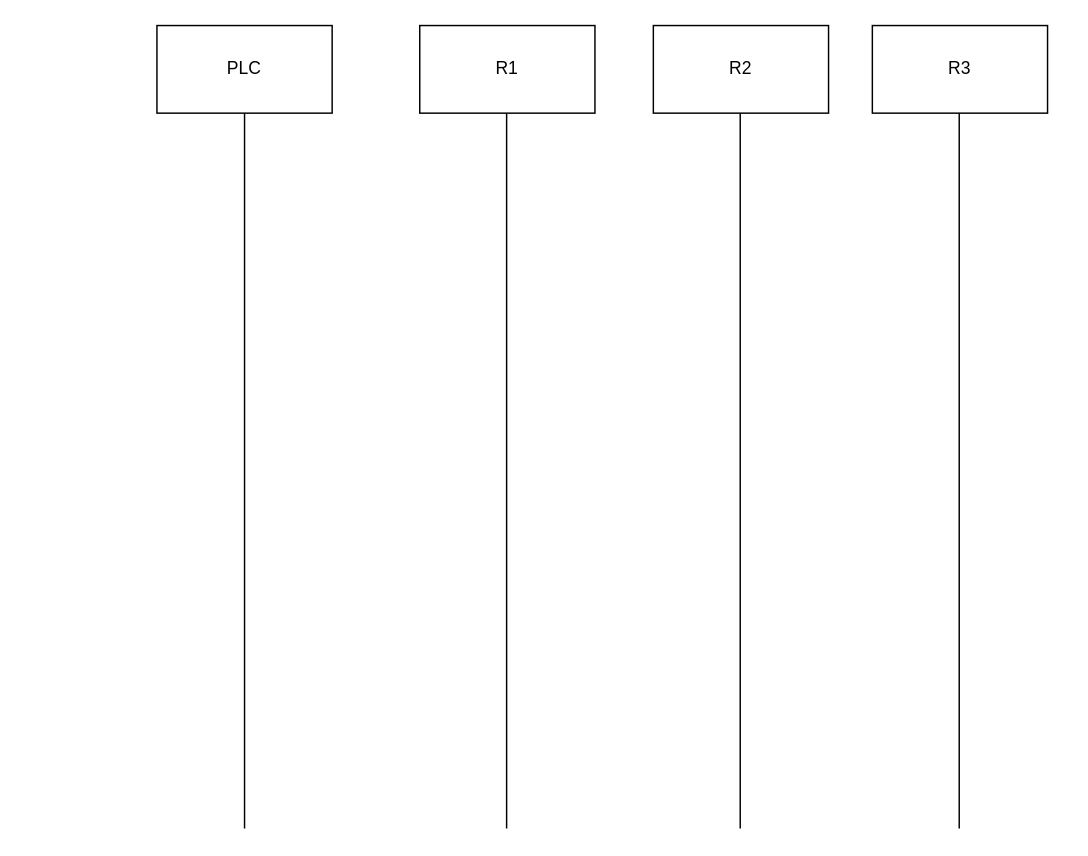
Above: page "SC" (1 of 2) of washing.drawio in megavad/Diagrams (draw.io), before the change. Source tidied: cells renumbered, new cells numbered last; positions are measured from the earlier drawing's top-left corner, leaving out a move shared by most shapes. Both pictures are drawn from the tidied source at 146%, with x=0, y=0 at pixel (156, 25).
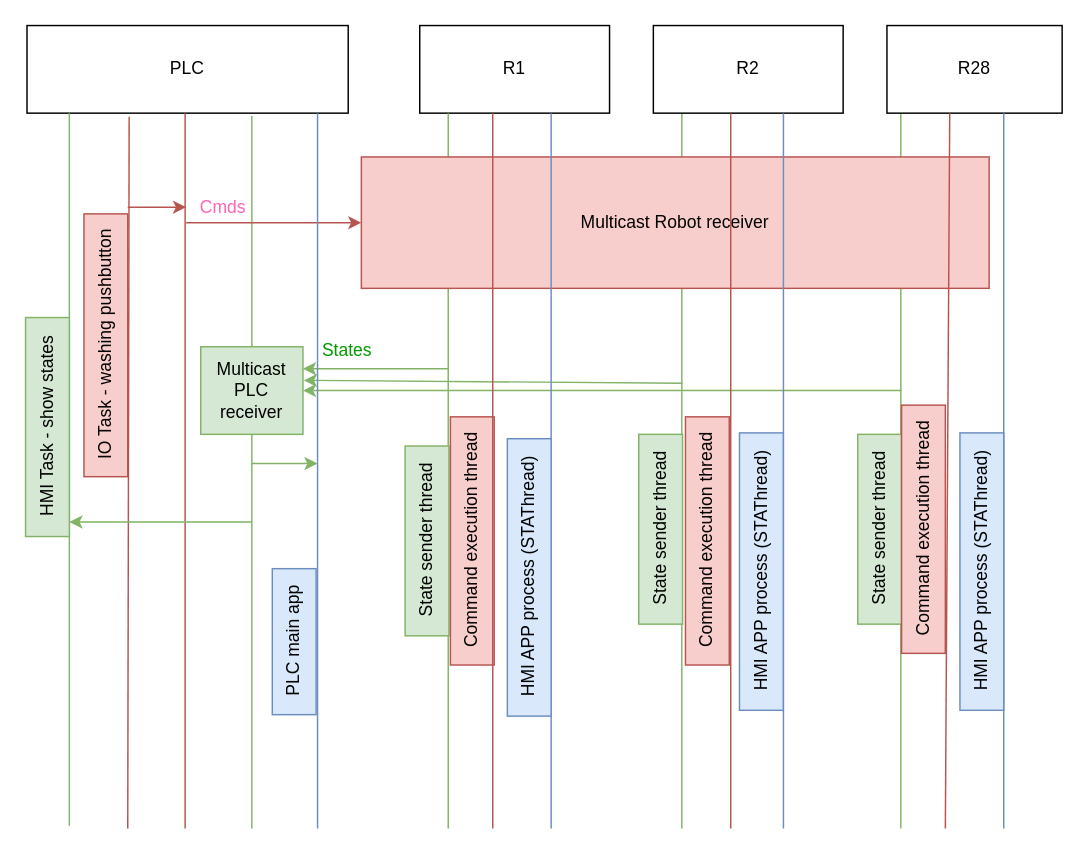
The same page after the edit.

Change to the diagram source:
```diff
@@
     <mxCell id="2" value="PLC" style="rounded=0;whiteSpace=wrap;html=1;" parent="1" vertex="1">
-      <mxGeometry width="120" height="60" as="geometry" />
+      <mxGeometry x="-89" width="220" height="60" as="geometry" />
     </mxCell>
     <mxCell id="3" value="R1" style="rounded=0;whiteSpace=wrap;html=1;" parent="1" vertex="1">
-      <mxGeometry x="180" width="120" height="60" as="geometry" />
+      <mxGeometry x="180" width="130" height="60" as="geometry" />
     </mxCell>
-    <mxCell id="4" value="R2" style="rounded=0;whiteSpace=wrap;html=1;" parent="1" vertex="1">
-      <mxGeometry x="340" width="120" height="60" as="geometry" />
-    </mxCell>
-    <mxCell id="5" value="R3" style="rounded=0;whiteSpace=wrap;html=1;" parent="1" vertex="1">
-      <mxGeometry x="490" width="120" height="60" as="geometry" />
-    </mxCell>
-    <mxCell id="6" style="endArrow=none;html=1;rounded=0;entryX=0.5;entryY=1;entryDx=0;entryDy=0;" parent="1" edge="1" target="2">
-      <mxGeometry relative="1" as="geometry">
-        <mxPoint x="60" y="550" as="sourcePoint" />
-      </mxGeometry>
+    <mxCell id="6" style="endArrow=none;html=1;rounded=0;entryX=0.7;entryY=1.033;entryDx=0;entryDy=0;entryPerimeter=0;fillColor=#d5e8d4;strokeColor=#82b366;" parent="1" edge="1" source="13" target="2">
+      <mxGeometry relative="1" as="geometry" />
     </mxCell>
-    <mxCell id="7" style="endArrow=none;html=1;rounded=0;entryX=0.5;entryY=1;entryDx=0;entryDy=0;" parent="1" edge="1">
+    <mxCell id="7" style="endArrow=none;html=1;rounded=0;entryX=0.5;entryY=1;entryDx=0;entryDy=0;fillColor=#d5e8d4;strokeColor=#82b366;" parent="1" edge="1">
       <mxGeometry relative="1" as="geometry">
-        <mxPoint x="239.5" y="550" as="sourcePoint" />
-        <mxPoint x="239.5" y="60" as="targetPoint" />
+        <mxPoint x="199.5" y="550" as="sourcePoint" />
+        <mxPoint x="199.5" y="60" as="targetPoint" />
       </mxGeometry>
     </mxCell>
-    <mxCell id="8" style="endArrow=none;html=1;rounded=0;entryX=0.5;entryY=1;entryDx=0;entryDy=0;" parent="1" edge="1">
+    <mxCell id="8" style="endArrow=none;html=1;rounded=0;entryX=0.5;entryY=1;entryDx=0;entryDy=0;fillColor=#d5e8d4;strokeColor=#82b366;" parent="1" edge="1">
       <mxGeometry relative="1" as="geometry">
-        <mxPoint x="399.5" y="550" as="sourcePoint" />
-        <mxPoint x="399.5" y="60" as="targetPoint" />
+        <mxPoint x="359.5" y="550" as="sourcePoint" />
+        <mxPoint x="359.5" y="60" as="targetPoint" />
       </mxGeometry>
     </mxCell>
-    <mxCell id="9" style="endArrow=none;html=1;rounded=0;entryX=0.5;entryY=1;entryDx=0;entryDy=0;" parent="1" edge="1">
+    <mxCell id="9" style="endArrow=none;html=1;rounded=0;entryX=0.5;entryY=1;entryDx=0;entryDy=0;fillColor=#d5e8d4;strokeColor=#82b366;" parent="1" edge="1">
       <mxGeometry relative="1" as="geometry">
-        <mxPoint x="549.5" y="550" as="sourcePoint" />
-        <mxPoint x="549.5" y="60" as="targetPoint" />
+        <mxPoint x="509.5" y="550" as="sourcePoint" />
+        <mxPoint x="509.5" y="60" as="targetPoint" />
       </mxGeometry>
     </mxCell>
+    <mxCell id="10" value="Multicast Robot receiver" style="rounded=0;whiteSpace=wrap;html=1;fillColor=#f8cecc;strokeColor=#b85450;" parent="1" vertex="1">
+      <mxGeometry x="140" y="90" width="430" height="90" as="geometry" />
+    </mxCell>
+    <mxCell id="11" style="endArrow=classic;html=1;rounded=0;entryX=0;entryY=0.5;entryDx=0;entryDy=0;fillColor=#f8cecc;strokeColor=#b85450;" parent="1" edge="1" target="10">
+      <mxGeometry relative="1" as="geometry">
+        <mxPoint x="20" y="135" as="sourcePoint" />
+      </mxGeometry>
+    </mxCell>
+    <mxCell id="12" style="endArrow=none;html=1;rounded=0;entryX=0.5;entryY=1;entryDx=0;entryDy=0;fillColor=#d5e8d4;strokeColor=#82b366;" parent="1" edge="1" target="13">
+      <mxGeometry relative="1" as="geometry">
+        <mxPoint x="65" y="550" as="sourcePoint" />
+      </mxGeometry>
+    </mxCell>
+    <mxCell id="13" value="Multicast PLC receiver" style="rounded=0;whiteSpace=wrap;html=1;fillColor=#d5e8d4;strokeColor=#82b366;" parent="1" vertex="1">
+      <mxGeometry x="30" y="220" width="70" height="60" as="geometry" />
+    </mxCell>
+    <mxCell id="14" style="endArrow=classic;html=1;rounded=0;entryX=1;entryY=0.25;entryDx=0;entryDy=0;fillColor=#d5e8d4;strokeColor=#82b366;" parent="1" edge="1" target="13">
+      <mxGeometry relative="1" as="geometry">
+        <mxPoint x="200" y="235" as="sourcePoint" />
+      </mxGeometry>
+    </mxCell>
+    <mxCell id="15" style="endArrow=classic;html=1;rounded=0;entryX=1.008;entryY=0.383;entryDx=0;entryDy=0;entryPerimeter=0;fillColor=#d5e8d4;strokeColor=#82b366;" parent="1" edge="1" target="13">
+      <mxGeometry relative="1" as="geometry">
+        <mxPoint x="360" y="245" as="sourcePoint" />
+      </mxGeometry>
+    </mxCell>
+    <mxCell id="16" style="endArrow=classic;html=1;rounded=0;entryX=1;entryY=0.5;entryDx=0;entryDy=0;fillColor=#d5e8d4;strokeColor=#82b366;" parent="1" edge="1" target="13">
+      <mxGeometry relative="1" as="geometry">
+        <mxPoint x="510" y="250" as="sourcePoint" />
+      </mxGeometry>
+    </mxCell>
+    <mxCell id="17" value="States" style="text;html=1;align=center;verticalAlign=middle;strokeColor=none;fillColor=none;fontColor=#009900;" parent="1" vertex="1">
+      <mxGeometry x="100" y="208" width="60" height="30" as="geometry" />
+    </mxCell>
+    <mxCell id="18" style="endArrow=none;html=1;rounded=0;entryX=0.5;entryY=1;entryDx=0;entryDy=0;fillColor=#f8cecc;strokeColor=#b85450;" parent="1" edge="1">
+      <mxGeometry relative="1" as="geometry">
+        <mxPoint x="19.3" y="550" as="sourcePoint" />
+        <mxPoint x="19.3" y="60" as="targetPoint" />
+      </mxGeometry>
+    </mxCell>
+    <mxCell id="19" value="Cmds" style="text;html=1;align=center;verticalAlign=middle;strokeColor=none;fillColor=none;fontColor=#FF66B3;" parent="1" vertex="1">
+      <mxGeometry x="20" y="110" width="50" height="30" as="geometry" />
+    </mxCell>
+    <mxCell id="20" style="endArrow=none;html=1;rounded=0;entryX=0.318;entryY=1.04;entryDx=0;entryDy=0;entryPerimeter=0;fillColor=#f8cecc;strokeColor=#b85450;" parent="1" edge="1" target="2">
+      <mxGeometry relative="1" as="geometry">
+        <mxPoint x="-20" y="550" as="sourcePoint" />
+      </mxGeometry>
+    </mxCell>
+    <mxCell id="21" style="endArrow=none;html=1;rounded=0;entryX=0.318;entryY=1.04;entryDx=0;entryDy=0;entryPerimeter=0;fillColor=#d5e8d4;strokeColor=#82b366;" parent="1" edge="1">
+      <mxGeometry relative="1" as="geometry">
+        <mxPoint x="-60" y="548" as="sourcePoint" />
+        <mxPoint x="-60" y="60" as="targetPoint" />
+      </mxGeometry>
+    </mxCell>
+    <mxCell id="22" value="IO Task - washing pushbutton" style="text;html=1;align=center;verticalAlign=middle;strokeColor=#b85450;fillColor=#f8cecc;rotation=-90;" parent="1" vertex="1">
+      <mxGeometry x="-125" y="204" width="180" height="30" as="geometry" />
+    </mxCell>
+    <mxCell id="23" value="HMI Task - show states" style="text;html=1;align=center;verticalAlign=middle;strokeColor=#82b366;fillColor=#d5e8d4;rotation=-90;" parent="1" vertex="1">
+      <mxGeometry x="-150" y="260" width="150" height="30" as="geometry" />
+    </mxCell>
+    <mxCell id="24" style="endArrow=classic;html=1;rounded=0;fillColor=#d5e8d4;strokeColor=#82b366;" parent="1" edge="1">
+      <mxGeometry relative="1" as="geometry">
+        <mxPoint x="65" y="340" as="sourcePoint" />
+        <mxPoint x="-60" y="340" as="targetPoint" />
+      </mxGeometry>
+    </mxCell>
+    <mxCell id="25" style="endArrow=classic;html=1;rounded=0;fillColor=#f8cecc;strokeColor=#b85450;" parent="1" edge="1">
+      <mxGeometry relative="1" as="geometry">
+        <mxPoint x="-20" y="124.4" as="sourcePoint" />
+        <mxPoint x="20" y="124.4" as="targetPoint" />
+      </mxGeometry>
+    </mxCell>
+    <mxCell id="4" value="R2" style="rounded=0;whiteSpace=wrap;html=1;" parent="1" vertex="1">
+      <mxGeometry x="340" width="130" height="60" as="geometry" />
+    </mxCell>
+    <mxCell id="26" value="R28" style="rounded=0;whiteSpace=wrap;html=1;" parent="1" vertex="1">
+      <mxGeometry x="500" width="120" height="60" as="geometry" />
+    </mxCell>
+    <mxCell id="27" style="endArrow=none;html=1;rounded=0;entryX=0.75;entryY=1;entryDx=0;entryDy=0;fillColor=#f8cecc;strokeColor=#b85450;" parent="1" edge="1">
+      <mxGeometry relative="1" as="geometry">
+        <mxPoint x="393" y="550" as="sourcePoint" />
+        <mxPoint x="393" y="60" as="targetPoint" />
+      </mxGeometry>
+    </mxCell>
+    <mxCell id="28" style="endArrow=none;html=1;rounded=0;entryX=0.75;entryY=1;entryDx=0;entryDy=0;fillColor=#f8cecc;strokeColor=#b85450;" parent="1" edge="1">
+      <mxGeometry relative="1" as="geometry">
+        <mxPoint x="540" y="550" as="sourcePoint" />
+        <mxPoint x="543" y="60" as="targetPoint" />
+      </mxGeometry>
+    </mxCell>
+    <mxCell id="29" style="endArrow=none;html=1;rounded=0;entryX=0.5;entryY=1;entryDx=0;entryDy=0;fillColor=#dae8fc;strokeColor=#6c8ebf;" parent="1" edge="1">
+      <mxGeometry relative="1" as="geometry">
+        <mxPoint x="110" y="550" as="sourcePoint" />
+        <mxPoint x="110" y="60" as="targetPoint" />
+      </mxGeometry>
+    </mxCell>
+    <mxCell id="30" value="PLC main app" style="text;html=1;align=center;verticalAlign=middle;strokeColor=#6c8ebf;fillColor=#dae8fc;rotation=-90;" parent="1" vertex="1">
+      <mxGeometry x="44" y="407" width="100" height="30" as="geometry" />
+    </mxCell>
+    <mxCell id="31" style="endArrow=classic;html=1;rounded=0;fillColor=#d5e8d4;strokeColor=#82b366;" parent="1" edge="1">
+      <mxGeometry relative="1" as="geometry">
+        <mxPoint x="65" y="300" as="sourcePoint" />
+        <mxPoint x="110" y="300" as="targetPoint" />
+      </mxGeometry>
+    </mxCell>
+    <mxCell id="32" value="State sender thread" style="text;html=1;align=center;verticalAlign=middle;strokeColor=#82b366;fillColor=#d5e8d4;rotation=-90;" parent="1" vertex="1">
+      <mxGeometry x="120" y="338" width="130" height="30" as="geometry" />
+    </mxCell>
+    <mxCell id="33" value="Command execution thread" style="text;html=1;align=center;verticalAlign=middle;strokeColor=#b85450;fillColor=#f8cecc;rotation=-90;" parent="1" vertex="1">
+      <mxGeometry x="131" y="338" width="170" height="30" as="geometry" />
+    </mxCell>
+    <mxCell id="34" value="State sender thread" style="text;html=1;align=center;verticalAlign=middle;strokeColor=#82b366;fillColor=#d5e8d4;rotation=-90;" parent="1" vertex="1">
+      <mxGeometry x="280" y="330" width="130" height="30" as="geometry" />
+    </mxCell>
+    <mxCell id="35" value="State sender thread" style="text;html=1;align=center;verticalAlign=middle;strokeColor=#82b366;fillColor=#d5e8d4;rotation=-90;" parent="1" vertex="1">
+      <mxGeometry x="430" y="330" width="130" height="30" as="geometry" />
+    </mxCell>
+    <mxCell id="36" value="Command execution thread" style="text;html=1;align=center;verticalAlign=middle;strokeColor=#b85450;fillColor=#f8cecc;rotation=-90;" parent="1" vertex="1">
+      <mxGeometry x="292" y="338" width="170" height="30" as="geometry" />
+    </mxCell>
+    <mxCell id="37" value="Command execution thread" style="text;html=1;align=center;verticalAlign=middle;strokeColor=#b85450;fillColor=#f8cecc;rotation=-90;" parent="1" vertex="1">
+      <mxGeometry x="440" y="330" width="170" height="30" as="geometry" />
+    </mxCell>
+    <mxCell id="38" style="endArrow=none;html=1;rounded=0;entryX=0.5;entryY=1;entryDx=0;entryDy=0;fillColor=#dae8fc;strokeColor=#6c8ebf;" parent="1" edge="1">
+      <mxGeometry relative="1" as="geometry">
+        <mxPoint x="270" y="550" as="sourcePoint" />
+        <mxPoint x="270" y="60" as="targetPoint" />
+      </mxGeometry>
+    </mxCell>
+    <mxCell id="39" style="endArrow=none;html=1;rounded=0;entryX=0.5;entryY=1;entryDx=0;entryDy=0;fillColor=#dae8fc;strokeColor=#6c8ebf;" parent="1" edge="1">
+      <mxGeometry relative="1" as="geometry">
+        <mxPoint x="429.1" y="550" as="sourcePoint" />
+        <mxPoint x="429.1" y="60" as="targetPoint" />
+      </mxGeometry>
+    </mxCell>
+    <mxCell id="40" style="endArrow=none;html=1;rounded=0;entryX=0.5;entryY=1;entryDx=0;entryDy=0;fillColor=#dae8fc;strokeColor=#6c8ebf;" parent="1" edge="1">
+      <mxGeometry relative="1" as="geometry">
+        <mxPoint x="580" y="550" as="sourcePoint" />
+        <mxPoint x="580" y="60" as="targetPoint" />
+      </mxGeometry>
+    </mxCell>
+    <mxCell id="41" value="HMI APP process (STAThread)" style="text;html=1;align=center;verticalAlign=middle;strokeColor=#6c8ebf;fillColor=#dae8fc;rotation=270;" parent="1" vertex="1">
+      <mxGeometry x="160" y="363" width="190" height="30" as="geometry" />
+    </mxCell>
+    <mxCell id="42" value="HMI APP process (STAThread)" style="text;html=1;align=center;verticalAlign=middle;strokeColor=#6c8ebf;fillColor=#dae8fc;rotation=270;" parent="1" vertex="1">
+      <mxGeometry x="319" y="359" width="190" height="30" as="geometry" />
+    </mxCell>
+    <mxCell id="43" value="HMI APP process (STAThread)" style="text;html=1;align=center;verticalAlign=middle;strokeColor=#6c8ebf;fillColor=#dae8fc;rotation=270;" parent="1" vertex="1">
+      <mxGeometry x="470" y="359" width="190" height="30" as="geometry" />
+    </mxCell>
+    <mxCell id="44" style="endArrow=none;html=1;rounded=0;entryX=0.75;entryY=1;entryDx=0;entryDy=0;fillColor=#f8cecc;strokeColor=#b85450;" parent="1" edge="1">
+      <mxGeometry relative="1" as="geometry">
+        <mxPoint x="230" y="550" as="sourcePoint" />
+        <mxPoint x="230" y="60" as="targetPoint" />
+      </mxGeometry>
+    </mxCell>
```
